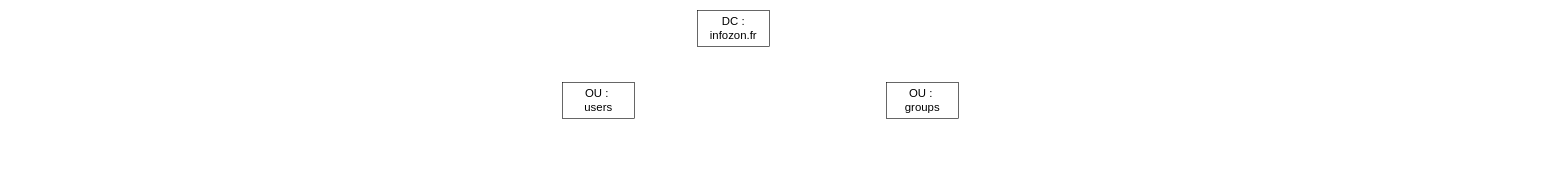
The draw.io diagram DIT-Infozone.drawio in MathZ31/salon-apointment-freecodecamp, before the edit. Source tidied: cells renumbered, new cells numbered last; positions are measured from the earlier drawing's top-left corner, leaving out a move shared by most shapes. Both pictures are drawn from the tidied source at 60%, with x=0, y=0 at pixel (562, 10).
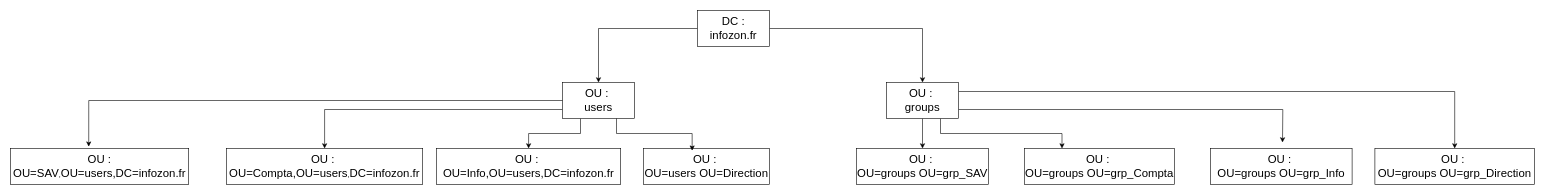
After the change.

Commit message (it also covers changes not shown here):
Mettre à jour DIT-Infozone.drawio

Unchanged cells that the change refers to:
```xml
<mxCell id="2" value="&lt;font style=&quot;font-size: 19px;&quot;&gt;DC : infozon.fr&lt;/font&gt;" style="rounded=0;whiteSpace=wrap;html=1;" parent="1" vertex="1">
  <mxGeometry x="225" width="120" height="60" as="geometry" />
</mxCell>
<mxCell id="3" value="&lt;div&gt;&lt;font style=&quot;font-size: 19px;&quot;&gt;OU :&amp;nbsp;&lt;/font&gt;&lt;/div&gt;&lt;div&gt;&lt;font style=&quot;font-size: 19px;&quot;&gt;users&lt;/font&gt;&lt;/div&gt;" style="rounded=0;whiteSpace=wrap;html=1;" parent="1" vertex="1">
  <mxGeometry y="120" width="120" height="60" as="geometry" />
</mxCell>
<mxCell id="4" value="&lt;div&gt;&lt;font style=&quot;font-size: 19px;&quot;&gt;OU :&amp;nbsp;&lt;/font&gt;&lt;/div&gt;&lt;div&gt;&lt;font style=&quot;font-size: 19px;&quot;&gt;groups&lt;/font&gt;&lt;/div&gt;" style="rounded=0;whiteSpace=wrap;html=1;" parent="1" vertex="1">
  <mxGeometry x="540" y="120" width="120" height="60" as="geometry" />
</mxCell>
```

The edit, as a diff of the source:
```diff
@@
+    <mxCell id="5" style="edgeStyle=orthogonalEdgeStyle;rounded=0;jettySize=auto;html=1;exitX=0;exitY=0.5;exitDx=0;exitDy=0;entryX=0.5;entryY=0;entryDx=0;entryDy=0;" parent="1" edge="1" source="2" target="3">
+      <mxGeometry relative="1" as="geometry" />
+    </mxCell>
+    <mxCell id="6" style="edgeStyle=orthogonalEdgeStyle;rounded=0;jettySize=auto;html=1;exitX=1;exitY=0.5;exitDx=0;exitDy=0;entryX=0.5;entryY=0;entryDx=0;entryDy=0;" parent="1" edge="1" source="2" target="4">
+      <mxGeometry relative="1" as="geometry" />
+    </mxCell>
@@
+    <mxCell id="7" style="edgeStyle=orthogonalEdgeStyle;rounded=0;jettySize=auto;html=1;exitX=0;exitY=0.75;exitDx=0;exitDy=0;" parent="1" edge="1" source="3" target="14">
+      <mxGeometry relative="1" as="geometry" />
+    </mxCell>
+    <mxCell id="8" style="edgeStyle=orthogonalEdgeStyle;rounded=0;jettySize=auto;html=1;exitX=0.25;exitY=1;exitDx=0;exitDy=0;entryX=0.5;entryY=0;entryDx=0;entryDy=0;" parent="1" edge="1" source="3" target="15">
+      <mxGeometry relative="1" as="geometry" />
+    </mxCell>
@@
+    <mxCell id="9" style="edgeStyle=orthogonalEdgeStyle;rounded=0;jettySize=auto;html=1;exitX=0.5;exitY=1;exitDx=0;exitDy=0;entryX=0.5;entryY=0;entryDx=0;entryDy=0;" parent="1" edge="1" source="4" target="17">
+      <mxGeometry relative="1" as="geometry" />
+    </mxCell>
+    <mxCell id="10" style="edgeStyle=orthogonalEdgeStyle;rounded=0;jettySize=auto;html=1;exitX=0.75;exitY=1;exitDx=0;exitDy=0;entryX=0.25;entryY=0;entryDx=0;entryDy=0;" parent="1" edge="1" source="4" target="18">
+      <mxGeometry relative="1" as="geometry" />
+    </mxCell>
+    <mxCell id="11" style="edgeStyle=orthogonalEdgeStyle;rounded=0;jettySize=auto;html=1;exitX=1;exitY=0.75;exitDx=0;exitDy=0;" parent="1" edge="1" source="4">
+      <mxGeometry relative="1" as="geometry">
+        <mxPoint x="1200" y="220" as="targetPoint" />
+      </mxGeometry>
+    </mxCell>
+    <mxCell id="12" style="edgeStyle=orthogonalEdgeStyle;rounded=0;jettySize=auto;html=1;exitX=1;exitY=0.25;exitDx=0;exitDy=0;" parent="1" edge="1" source="4" target="20">
+      <mxGeometry relative="1" as="geometry" />
+    </mxCell>
@@
+    <mxCell id="13" value="&lt;div&gt;&lt;font style=&quot;font-size: 19px;&quot;&gt;OU : &lt;br&gt;&lt;/font&gt;&lt;/div&gt;&lt;div&gt;&lt;font style=&quot;font-size: 19px;&quot;&gt;OU=SAV&lt;/font&gt;,&lt;font style=&quot;font-size: 19px;&quot;&gt;OU=users,DC=infozon.fr &lt;br&gt;&lt;/font&gt;&lt;/div&gt;" style="rounded=0;whiteSpace=wrap;html=1;" parent="1" vertex="1">
+      <mxGeometry x="-920" y="230" width="297" height="60" as="geometry" />
+    </mxCell>
+    <mxCell id="14" value="&lt;div&gt;&lt;font style=&quot;font-size: 19px;&quot;&gt;OU :&amp;nbsp;&lt;/font&gt;&lt;/div&gt;&lt;div&gt;&lt;font style=&quot;font-size: 19px;&quot;&gt;OU=Compta,&lt;/font&gt;&lt;font style=&quot;font-size: 19px;&quot;&gt;OU=users&lt;/font&gt;,&lt;font style=&quot;font-size: 19px;&quot;&gt;DC=infozon.fr&lt;/font&gt;&lt;/div&gt;" style="rounded=0;whiteSpace=wrap;html=1;" parent="1" vertex="1">
+      <mxGeometry x="-560" y="230" width="327" height="60" as="geometry" />
+    </mxCell>
+    <mxCell id="15" value="&lt;div&gt;&lt;font style=&quot;font-size: 19px;&quot;&gt;OU :&amp;nbsp;&lt;/font&gt;&lt;font style=&quot;font-size: 19px;&quot;&gt; OU=Info,OU=users,DC=infozon.fr&lt;/font&gt;&lt;/div&gt;" style="rounded=0;whiteSpace=wrap;html=1;" parent="1" vertex="1">
+      <mxGeometry x="-210" y="230" width="307" height="60" as="geometry" />
+    </mxCell>
+    <mxCell id="16" value="&lt;div&gt;&lt;font style=&quot;font-size: 19px;&quot;&gt;OU :&amp;nbsp;&lt;/font&gt;&lt;/div&gt;&lt;div&gt;&lt;font style=&quot;font-size: 19px;&quot;&gt;OU=users OU=Direction&lt;/font&gt;&lt;/div&gt;" style="rounded=0;whiteSpace=wrap;html=1;" parent="1" vertex="1">
+      <mxGeometry x="135" y="230" width="210" height="60" as="geometry" />
+    </mxCell>
+    <mxCell id="17" value="&lt;div&gt;&lt;font style=&quot;font-size: 19px;&quot;&gt;OU :&amp;nbsp;&lt;/font&gt;&lt;/div&gt;&lt;div&gt;&lt;font style=&quot;font-size: 19px;&quot;&gt;OU=groups OU=grp_SAV&lt;/font&gt;&lt;/div&gt;" style="rounded=0;whiteSpace=wrap;html=1;" parent="1" vertex="1">
+      <mxGeometry x="490" y="230" width="220" height="60" as="geometry" />
+    </mxCell>
+    <mxCell id="18" value="&lt;div&gt;&lt;font style=&quot;font-size: 19px;&quot;&gt;OU :&amp;nbsp;&lt;/font&gt;&lt;/div&gt;&lt;div&gt;&lt;font style=&quot;font-size: 19px;&quot;&gt;OU=groups OU=grp_Compta&lt;/font&gt;&lt;/div&gt;" style="rounded=0;whiteSpace=wrap;html=1;" parent="1" vertex="1">
+      <mxGeometry x="770" y="230" width="250" height="60" as="geometry" />
+    </mxCell>
+    <mxCell id="19" value="&lt;div&gt;&lt;font style=&quot;font-size: 19px;&quot;&gt;OU :&amp;nbsp;&lt;/font&gt;&lt;/div&gt;&lt;div&gt;&lt;font style=&quot;font-size: 19px;&quot;&gt;OU=groups OU=grp_Info&lt;/font&gt;&lt;/div&gt;" style="rounded=0;whiteSpace=wrap;html=1;" parent="1" vertex="1">
+      <mxGeometry x="1080" y="230" width="236" height="60" as="geometry" />
+    </mxCell>
+    <mxCell id="20" value="&lt;div&gt;&lt;font style=&quot;font-size: 19px;&quot;&gt;OU :&amp;nbsp;&lt;/font&gt;&lt;/div&gt;&lt;div&gt;&lt;font style=&quot;font-size: 19px;&quot;&gt;OU=groups OU=grp_Direction&lt;/font&gt;&lt;/div&gt;" style="rounded=0;whiteSpace=wrap;html=1;" parent="1" vertex="1">
+      <mxGeometry x="1354" y="230" width="266" height="60" as="geometry" />
+    </mxCell>
+    <mxCell id="21" style="edgeStyle=orthogonalEdgeStyle;rounded=0;jettySize=auto;html=1;exitX=0;exitY=0.5;exitDx=0;exitDy=0;entryX=0.439;entryY=-0.05;entryDx=0;entryDy=0;entryPerimeter=0;" parent="1" edge="1" source="3" target="13">
+      <mxGeometry relative="1" as="geometry" />
+    </mxCell>
+    <mxCell id="22" style="edgeStyle=orthogonalEdgeStyle;rounded=0;jettySize=auto;html=1;exitX=0.75;exitY=1;exitDx=0;exitDy=0;entryX=0.386;entryY=0.061;entryDx=0;entryDy=0;entryPerimeter=0;" parent="1" edge="1" source="3" target="16">
+      <mxGeometry relative="1" as="geometry" />
+    </mxCell>
```
